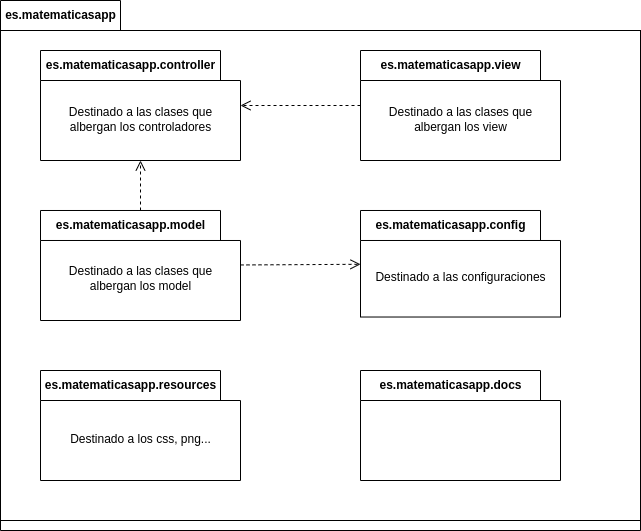
alexfdb/matematicas-app keeps this draw.io diagram as docs/disenio/diagramas/package.drawio.png. Above is the earlier version. Source tidied: cells renumbered, new cells last; positions are measured from the earlier drawing's top-left corner, leaving out a move shared by most shapes. Source of this version:
```xml
<mxGraphModel>
  <root>
    <mxCell id="0" />
    <mxCell id="1" parent="0" />
    <mxCell id="2" value="es.matematicasapp" style="shape=folder;fontStyle=1;tabWidth=120;tabHeight=30;tabPosition=left;html=1;boundedLbl=1;labelInHeader=1;" parent="1" vertex="1">
      <mxGeometry width="640" height="530" as="geometry" />
    </mxCell>
    <mxCell id="3" style="html=1;" parent="2" vertex="1">
      <mxGeometry width="640" height="490" relative="1" as="geometry">
        <mxPoint y="30" as="offset" />
      </mxGeometry>
    </mxCell>
    <mxCell id="4" value="es.matematicasapp.controller" style="shape=folder;fontStyle=1;tabWidth=180;tabHeight=30;tabPosition=left;html=1;boundedLbl=1;labelInHeader=1;" parent="2" vertex="1">
      <mxGeometry x="40" y="50" width="200" height="110" as="geometry" />
    </mxCell>
    <mxCell id="5" value="Destinado a las clases que &lt;br&gt;albergan los controladores" style="html=1;strokeColor=none;fillColor=none;" parent="4" vertex="1">
      <mxGeometry width="200" height="77" relative="1" as="geometry">
        <mxPoint y="30" as="offset" />
      </mxGeometry>
    </mxCell>
    <mxCell id="6" value="es.matematicasapp.view" style="shape=folder;fontStyle=1;tabWidth=180;tabHeight=30;tabPosition=left;html=1;boundedLbl=1;labelInHeader=1;" parent="2" vertex="1">
      <mxGeometry x="360" y="50" width="200" height="110" as="geometry" />
    </mxCell>
    <mxCell id="7" value="Destinado a las clases que&lt;br&gt;albergan los view" style="html=1;strokeColor=none;fillColor=none;" parent="6" vertex="1">
      <mxGeometry width="200" height="77" relative="1" as="geometry">
        <mxPoint y="30" as="offset" />
      </mxGeometry>
    </mxCell>
    <mxCell id="8" value="es.matematicasapp.model" style="shape=folder;fontStyle=1;tabWidth=180;tabHeight=30;tabPosition=left;html=1;boundedLbl=1;labelInHeader=1;" parent="2" vertex="1">
      <mxGeometry x="40" y="210" width="200" height="110" as="geometry" />
    </mxCell>
    <mxCell id="9" value="Destinado a las clases que&lt;br&gt;albergan los model" style="html=1;strokeColor=none;fillColor=none;" parent="8" vertex="1">
      <mxGeometry width="200" height="77.01" relative="1" as="geometry">
        <mxPoint y="30" as="offset" />
      </mxGeometry>
    </mxCell>
    <mxCell id="10" value="es.matematicasapp.config&lt;br&gt;" style="shape=folder;fontStyle=1;tabWidth=180;tabHeight=30;tabPosition=left;html=1;boundedLbl=1;labelInHeader=1;" parent="2" vertex="1">
      <mxGeometry x="360" y="210" width="200" height="106.5" as="geometry" />
    </mxCell>
    <mxCell id="11" value="Destinado a las configuraciones" style="html=1;strokeColor=none;fillColor=none;" parent="10" vertex="1">
      <mxGeometry width="200" height="74.57" relative="1" as="geometry">
        <mxPoint y="30" as="offset" />
      </mxGeometry>
    </mxCell>
    <mxCell id="12" value="es.matematicasapp.resources" style="shape=folder;fontStyle=1;tabWidth=180;tabHeight=30;tabPosition=left;html=1;boundedLbl=1;labelInHeader=1;" parent="2" vertex="1">
      <mxGeometry x="40" y="370" width="200" height="110" as="geometry" />
    </mxCell>
    <mxCell id="13" value="Destinado a los css, png..." style="html=1;strokeColor=none;fillColor=none;" parent="12" vertex="1">
      <mxGeometry width="200" height="77" relative="1" as="geometry">
        <mxPoint y="30" as="offset" />
      </mxGeometry>
    </mxCell>
    <mxCell id="14" value="es.matematicasapp.docs" style="shape=folder;fontStyle=1;tabWidth=180;tabHeight=30;tabPosition=left;html=1;boundedLbl=1;labelInHeader=1;" parent="2" vertex="1">
      <mxGeometry x="360" y="370" width="200" height="110" as="geometry" />
    </mxCell>
    <mxCell id="15" style="html=1;strokeColor=none;fillColor=none;" parent="14" vertex="1">
      <mxGeometry width="200" height="77" relative="1" as="geometry">
        <mxPoint y="30" as="offset" />
      </mxGeometry>
    </mxCell>
    <mxCell id="16" style="endArrow=open;startArrow=none;endFill=0;startFill=0;endSize=8;html=1;verticalAlign=bottom;dashed=1;labelBackgroundColor=none;" parent="2" edge="1" source="6" target="4">
      <mxGeometry relative="1" as="geometry" />
    </mxCell>
    <mxCell id="17" style="endArrow=open;startArrow=none;endFill=0;startFill=0;endSize=8;html=1;verticalAlign=bottom;dashed=1;labelBackgroundColor=none;" parent="2" edge="1" source="8" target="4">
      <mxGeometry relative="1" as="geometry" />
    </mxCell>
    <mxCell id="18" style="endArrow=open;startArrow=none;endFill=0;startFill=0;endSize=8;html=1;verticalAlign=bottom;dashed=1;labelBackgroundColor=none;" parent="2" edge="1" source="8" target="10">
      <mxGeometry relative="1" as="geometry" />
    </mxCell>
  </root>
</mxGraphModel>
```
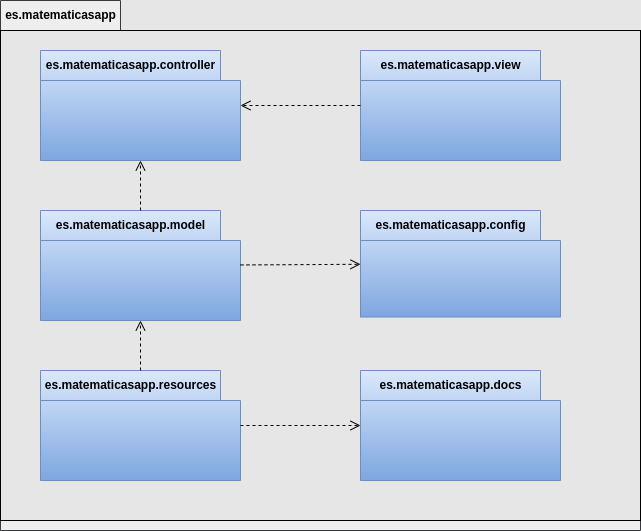
Above is the later version.

What changed in the source:
```diff
@@ -1,71 +1,77 @@
-<mxGraphModel>
+<mxGraphModel background="#E6E6E6">
   <root>
     <mxCell id="0" />
     <mxCell id="1" parent="0" />
-    <mxCell id="2" value="es.matematicasapp" style="shape=folder;fontStyle=1;tabWidth=120;tabHeight=30;tabPosition=left;html=1;boundedLbl=1;labelInHeader=1;" parent="1" vertex="1">
+    <mxCell id="2" value="es.matematicasapp" style="shape=folder;fontStyle=1;tabWidth=120;tabHeight=30;tabPosition=left;html=1;boundedLbl=1;labelInHeader=1;rounded=0;fillColor=#eeeeee;strokeColor=#36393d;" parent="1" vertex="1">
       <mxGeometry width="640" height="530" as="geometry" />
     </mxCell>
-    <mxCell id="3" style="html=1;" parent="2" vertex="1">
+    <mxCell id="3" style="html=1;rounded=0;fillColor=#E6E6E6;" parent="2" vertex="1">
       <mxGeometry width="640" height="490" relative="1" as="geometry">
         <mxPoint y="30" as="offset" />
       </mxGeometry>
     </mxCell>
-    <mxCell id="4" value="es.matematicasapp.controller" style="shape=folder;fontStyle=1;tabWidth=180;tabHeight=30;tabPosition=left;html=1;boundedLbl=1;labelInHeader=1;" parent="2" vertex="1">
+    <mxCell id="4" value="es.matematicasapp.controller" style="shape=folder;fontStyle=1;tabWidth=180;tabHeight=30;tabPosition=left;html=1;boundedLbl=1;labelInHeader=1;fillColor=#dae8fc;strokeColor=#6c8ebf;gradientColor=#7ea6e0;rounded=0;" parent="2" vertex="1">
       <mxGeometry x="40" y="50" width="200" height="110" as="geometry" />
     </mxCell>
-    <mxCell id="5" value="Destinado a las clases que &lt;br&gt;albergan los controladores" style="html=1;strokeColor=none;fillColor=none;" parent="4" vertex="1">
+    <mxCell id="5" style="html=1;strokeColor=none;fillColor=none;rounded=0;" parent="4" vertex="1">
       <mxGeometry width="200" height="77" relative="1" as="geometry">
         <mxPoint y="30" as="offset" />
       </mxGeometry>
     </mxCell>
-    <mxCell id="6" value="es.matematicasapp.view" style="shape=folder;fontStyle=1;tabWidth=180;tabHeight=30;tabPosition=left;html=1;boundedLbl=1;labelInHeader=1;" parent="2" vertex="1">
+    <mxCell id="6" value="es.matematicasapp.view" style="shape=folder;fontStyle=1;tabWidth=180;tabHeight=30;tabPosition=left;html=1;boundedLbl=1;labelInHeader=1;fillColor=#dae8fc;strokeColor=#6c8ebf;gradientColor=#7ea6e0;rounded=0;" parent="2" vertex="1">
       <mxGeometry x="360" y="50" width="200" height="110" as="geometry" />
     </mxCell>
-    <mxCell id="7" value="Destinado a las clases que&lt;br&gt;albergan los view" style="html=1;strokeColor=none;fillColor=none;" parent="6" vertex="1">
+    <mxCell id="7" style="html=1;strokeColor=none;fillColor=none;rounded=0;" parent="6" vertex="1">
       <mxGeometry width="200" height="77" relative="1" as="geometry">
         <mxPoint y="30" as="offset" />
       </mxGeometry>
     </mxCell>
-    <mxCell id="8" value="es.matematicasapp.model" style="shape=folder;fontStyle=1;tabWidth=180;tabHeight=30;tabPosition=left;html=1;boundedLbl=1;labelInHeader=1;" parent="2" vertex="1">
+    <mxCell id="8" value="es.matematicasapp.model" style="shape=folder;fontStyle=1;tabWidth=180;tabHeight=30;tabPosition=left;html=1;boundedLbl=1;labelInHeader=1;fillColor=#dae8fc;strokeColor=#6c8ebf;gradientColor=#7ea6e0;rounded=0;" parent="2" vertex="1">
       <mxGeometry x="40" y="210" width="200" height="110" as="geometry" />
     </mxCell>
-    <mxCell id="9" value="Destinado a las clases que&lt;br&gt;albergan los model" style="html=1;strokeColor=none;fillColor=none;" parent="8" vertex="1">
+    <mxCell id="9" style="html=1;strokeColor=none;fillColor=none;rounded=0;" parent="8" vertex="1">
       <mxGeometry width="200" height="77.01" relative="1" as="geometry">
         <mxPoint y="30" as="offset" />
       </mxGeometry>
     </mxCell>
-    <mxCell id="10" value="es.matematicasapp.config&lt;br&gt;" style="shape=folder;fontStyle=1;tabWidth=180;tabHeight=30;tabPosition=left;html=1;boundedLbl=1;labelInHeader=1;" parent="2" vertex="1">
+    <mxCell id="10" value="es.matematicasapp.config&lt;br&gt;" style="shape=folder;fontStyle=1;tabWidth=180;tabHeight=30;tabPosition=left;html=1;boundedLbl=1;labelInHeader=1;fillColor=#dae8fc;strokeColor=#6c8ebf;gradientColor=#7ea6e0;rounded=0;" parent="2" vertex="1">
       <mxGeometry x="360" y="210" width="200" height="106.5" as="geometry" />
     </mxCell>
-    <mxCell id="11" value="Destinado a las configuraciones" style="html=1;strokeColor=none;fillColor=none;" parent="10" vertex="1">
+    <mxCell id="11" style="html=1;strokeColor=none;fillColor=none;rounded=0;" parent="10" vertex="1">
       <mxGeometry width="200" height="74.57" relative="1" as="geometry">
         <mxPoint y="30" as="offset" />
       </mxGeometry>
     </mxCell>
-    <mxCell id="12" value="es.matematicasapp.resources" style="shape=folder;fontStyle=1;tabWidth=180;tabHeight=30;tabPosition=left;html=1;boundedLbl=1;labelInHeader=1;" parent="2" vertex="1">
+    <mxCell id="12" value="es.matematicasapp.resources" style="shape=folder;fontStyle=1;tabWidth=180;tabHeight=30;tabPosition=left;html=1;boundedLbl=1;labelInHeader=1;fillColor=#dae8fc;strokeColor=#6c8ebf;gradientColor=#7ea6e0;rounded=0;" parent="2" vertex="1">
       <mxGeometry x="40" y="370" width="200" height="110" as="geometry" />
     </mxCell>
-    <mxCell id="13" value="Destinado a los css, png..." style="html=1;strokeColor=none;fillColor=none;" parent="12" vertex="1">
+    <mxCell id="13" style="html=1;strokeColor=none;fillColor=none;rounded=0;" parent="12" vertex="1">
       <mxGeometry width="200" height="77" relative="1" as="geometry">
         <mxPoint y="30" as="offset" />
       </mxGeometry>
     </mxCell>
-    <mxCell id="14" value="es.matematicasapp.docs" style="shape=folder;fontStyle=1;tabWidth=180;tabHeight=30;tabPosition=left;html=1;boundedLbl=1;labelInHeader=1;" parent="2" vertex="1">
+    <mxCell id="14" value="es.matematicasapp.docs" style="shape=folder;fontStyle=1;tabWidth=180;tabHeight=30;tabPosition=left;html=1;boundedLbl=1;labelInHeader=1;fillColor=#dae8fc;strokeColor=#6c8ebf;gradientColor=#7ea6e0;rounded=0;" parent="2" vertex="1">
       <mxGeometry x="360" y="370" width="200" height="110" as="geometry" />
     </mxCell>
-    <mxCell id="15" style="html=1;strokeColor=none;fillColor=none;" parent="14" vertex="1">
+    <mxCell id="15" style="html=1;strokeColor=none;fillColor=none;rounded=0;" parent="14" vertex="1">
       <mxGeometry width="200" height="77" relative="1" as="geometry">
         <mxPoint y="30" as="offset" />
       </mxGeometry>
     </mxCell>
-    <mxCell id="16" style="endArrow=open;startArrow=none;endFill=0;startFill=0;endSize=8;html=1;verticalAlign=bottom;dashed=1;labelBackgroundColor=none;" parent="2" edge="1" source="6" target="4">
+    <mxCell id="16" style="endArrow=open;startArrow=none;endFill=0;startFill=0;endSize=8;html=1;verticalAlign=bottom;dashed=1;labelBackgroundColor=none;rounded=0;" parent="2" edge="1" source="6" target="4">
       <mxGeometry relative="1" as="geometry" />
     </mxCell>
-    <mxCell id="17" style="endArrow=open;startArrow=none;endFill=0;startFill=0;endSize=8;html=1;verticalAlign=bottom;dashed=1;labelBackgroundColor=none;" parent="2" edge="1" source="8" target="4">
+    <mxCell id="17" style="endArrow=open;startArrow=none;endFill=0;startFill=0;endSize=8;html=1;verticalAlign=bottom;dashed=1;labelBackgroundColor=none;rounded=0;" parent="2" edge="1" source="8" target="4">
       <mxGeometry relative="1" as="geometry" />
     </mxCell>
-    <mxCell id="18" style="endArrow=open;startArrow=none;endFill=0;startFill=0;endSize=8;html=1;verticalAlign=bottom;dashed=1;labelBackgroundColor=none;" parent="2" edge="1" source="8" target="10">
+    <mxCell id="18" style="endArrow=open;startArrow=none;endFill=0;startFill=0;endSize=8;html=1;verticalAlign=bottom;dashed=1;labelBackgroundColor=none;rounded=0;" parent="2" edge="1" source="8" target="10">
       <mxGeometry relative="1" as="geometry" />
     </mxCell>
+    <mxCell id="19" style="endArrow=open;startArrow=none;endFill=0;startFill=0;endSize=8;html=1;verticalAlign=bottom;dashed=1;labelBackgroundColor=none;rounded=0;" parent="2" edge="1" source="12" target="8">
+      <mxGeometry relative="1" as="geometry" />
+    </mxCell>
+    <mxCell id="20" style="endArrow=open;startArrow=none;endFill=0;startFill=0;endSize=8;html=1;verticalAlign=bottom;dashed=1;labelBackgroundColor=none;rounded=0;" parent="2" edge="1" source="12" target="14">
+      <mxGeometry relative="1" as="geometry" />
+    </mxCell>
   </root>
 </mxGraphModel>
```
